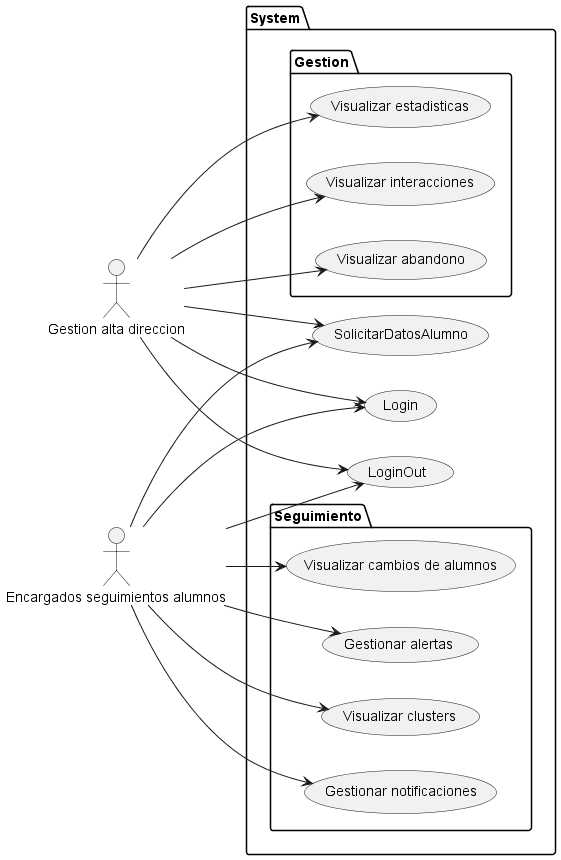
The PlantUML diagram 000-entregas/Grupo1/images/Cdu.png in mmasias/IdSw1-22-23, before a commit. Its diagram source:
```plantuml
@startuml Casos de uso football
left to right direction

package System {
  usecase "Login" as Login
  usecase "LoginOut" as LoginOut
  usecase "SolicitarDatosAlumno" as SDA

  package Gestion {
    usecase "Visualizar abandono" as VA
    usecase "Visualizar estadisticas" as VE
    usecase "Visualizar interacciones" as VI
  }
  package Seguimiento {
    usecase "Visualizar cambios de alumnos" as VC
    usecase "Gestionar alertas" as GA
    usecase "Visualizar clusters" as VCL
    usecase "Gestionar notificaciones" as GN
  }
}

actor "Gestion alta direccion" as GAD
actor "Encargados seguimientos alumnos"	as ESA

GAD --> (Login)
ESA --> (Login)
GAD --> (LoginOut)
ESA --> (LoginOut)
ESA --> (SDA)
GAD --> (SDA)


GAD --> (VA)
GAD --> (VE)
GAD --> (VI)

ESA --> (VC)
ESA --> (GA)
ESA --> (VCL)
ESA --> (GN)

@enduml
```
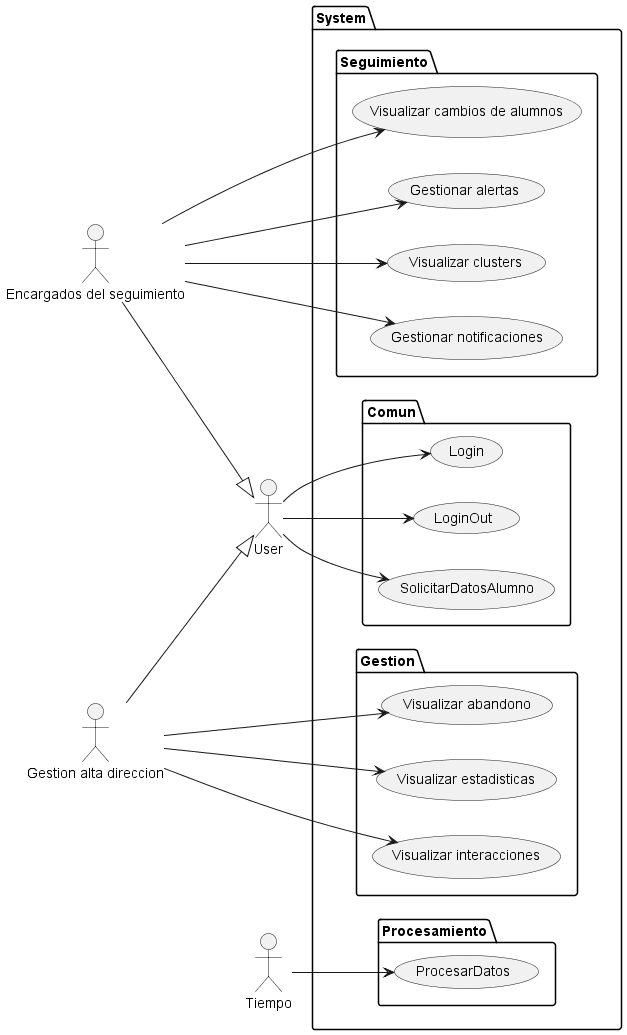
The same diagram one commit later.

Diff of the diagram source:
```diff
@@ -1,11 +1,21 @@
 @startuml Casos de uso football
 left to right direction
 
+actor User
+actor "Gestion alta direccion" as GAD
+actor "Encargados del seguimiento"	as ESA
+actor "Tiempo" as Tiempo
+
+User <|-u- GAD
+User <|-u- ESA
+
 package System {
-  usecase "Login" as Login
-  usecase "LoginOut" as LoginOut
-  usecase "SolicitarDatosAlumno" as SDA
 
+  package Comun {
+    usecase "Login" as Login
+    usecase "LoginOut" as LoginOut
+    usecase "SolicitarDatosAlumno" as SDA
+  }
   package Gestion {
     usecase "Visualizar abandono" as VA
     usecase "Visualizar estadisticas" as VE
@@ -17,18 +27,15 @@
     usecase "Visualizar clusters" as VCL
     usecase "Gestionar notificaciones" as GN
   }
+  package Procesamiento {
+    usecase "ProcesarDatos" as PD
+  }
 }
 
-actor "Gestion alta direccion" as GAD
-actor "Encargados seguimientos alumnos"	as ESA
 
-GAD --> (Login)
-ESA --> (Login)
-GAD --> (LoginOut)
-ESA --> (LoginOut)
-ESA --> (SDA)
-GAD --> (SDA)
-
+User --> (Login)
+User --> (LoginOut)
+User --> (SDA)
 
 GAD --> (VA)
 GAD --> (VE)
@@ -39,4 +46,6 @@
 ESA --> (VCL)
 ESA --> (GN)
 
+Tiempo --> PD
+
 @enduml
```
